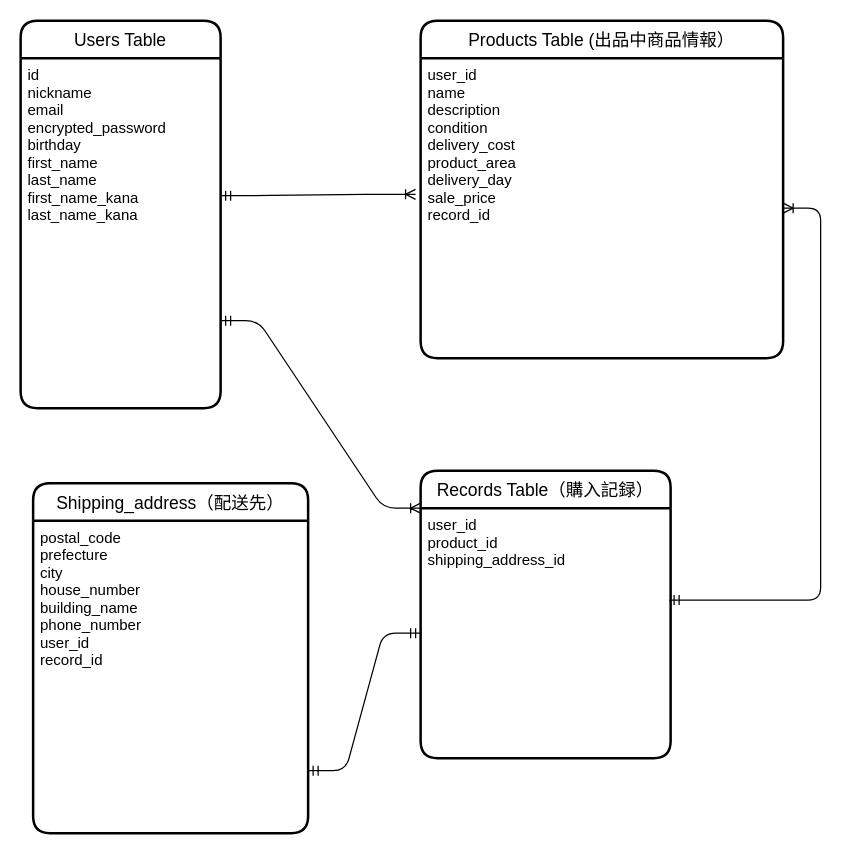
Above: ER.dio in tokudayusuke/furima-34330 (draw.io), before the change. Source tidied: cells renumbered, new cells numbered last; positions are measured from the earlier drawing's top-left corner, leaving out a move shared by most shapes. Both pictures are drawn from the tidied source at 125%, with x=0, y=0 at pixel (20, 20).
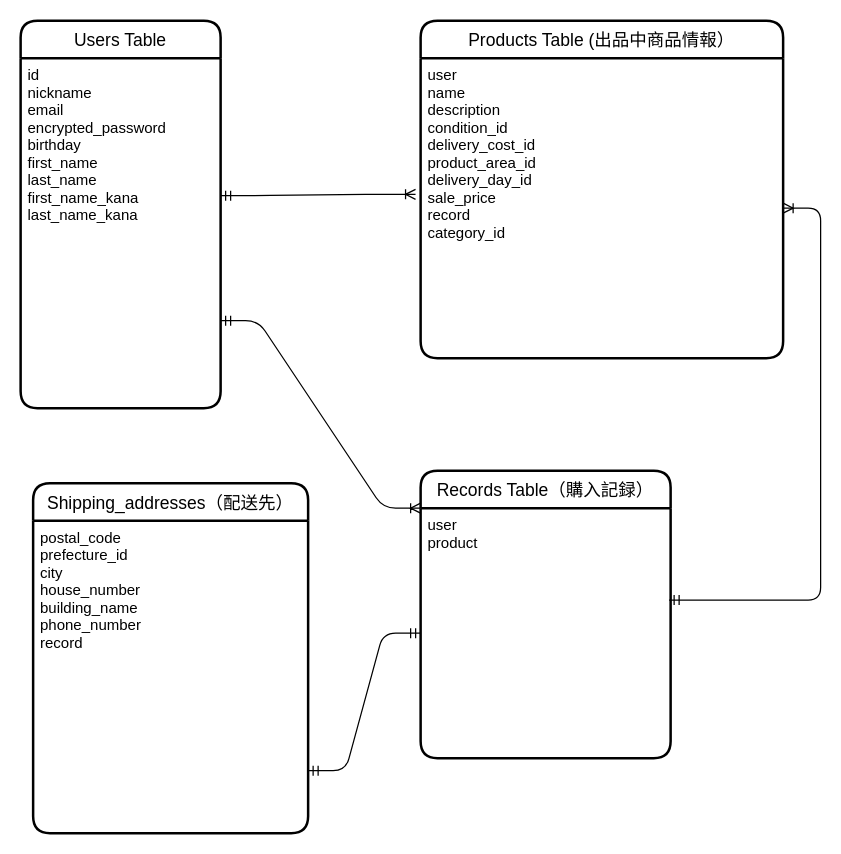
After the change.

The edit, as a diff of the source:
```diff
@@
 <mxGraphModel>
   <root>
     <mxCell id="0" />
     <mxCell id="1" parent="0" />
     <mxCell id="2" value="Users Table" style="swimlane;horizontal=1;startSize=30;rounded=1;fontSize=14;fontStyle=0;strokeWidth=2;shadow=0;dashed=0;align=center;" parent="1" vertex="1">
       <mxGeometry width="160" height="310" as="geometry" />
     </mxCell>
     <mxCell id="3" value="id&#10;nickname&#10;email&#10;encrypted_password&#10;birthday&#10;first_name&#10;last_name&#10;first_name_kana&#10;last_name_kana" style="align=left;strokeColor=none;fillColor=none;spacingLeft=4;fontSize=12;verticalAlign=top;" parent="2" vertex="1">
       <mxGeometry y="30" width="160" height="280" as="geometry" />
     </mxCell>
     <mxCell id="4" value="Products Table (出品中商品情報）" style="swimlane;horizontal=1;startSize=30;rounded=1;fontSize=14;fontStyle=0;strokeWidth=2;shadow=0;dashed=0;align=center;" parent="1" vertex="1">
       <mxGeometry x="320" width="290" height="270" as="geometry" />
     </mxCell>
-    <mxCell id="5" value="user_id&#10;name&#10;description&#10;condition&#10;delivery_cost&#10;product_area&#10;delivery_day&#10;sale_price&#10;record_id" style="align=left;strokeColor=none;fillColor=none;spacingLeft=4;fontSize=12;verticalAlign=top;" parent="4" vertex="1">
+    <mxCell id="5" value="user&#10;name&#10;description&#10;condition_id&#10;delivery_cost_id&#10;product_area_id&#10;delivery_day_id&#10;sale_price&#10;record&#10;category_id" style="align=left;strokeColor=none;fillColor=none;spacingLeft=4;fontSize=12;verticalAlign=top;" parent="4" vertex="1">
       <mxGeometry y="30" width="290" height="240" as="geometry" />
     </mxCell>
     <mxCell id="6" style="edgeStyle=entityRelationEdgeStyle;fontSize=12;html=1;endArrow=ERoneToMany;startArrow=ERmandOne;exitX=0.994;exitY=0.45;exitDx=0;exitDy=0;exitPerimeter=0;" parent="1" edge="1" source="10" target="5">
       <mxGeometry relative="1" as="geometry" />
     </mxCell>
-    <mxCell id="7" value="Shipping_address（配送先）" style="swimlane;horizontal=1;startSize=30;rounded=1;fontSize=14;fontStyle=0;strokeWidth=2;shadow=0;dashed=0;align=center;" parent="1" vertex="1">
+    <mxCell id="7" value="Shipping_addresses（配送先）" style="swimlane;horizontal=1;startSize=30;rounded=1;fontSize=14;fontStyle=0;strokeWidth=2;shadow=0;dashed=0;align=center;" parent="1" vertex="1">
       <mxGeometry x="10" y="370" width="220" height="280" as="geometry" />
     </mxCell>
-    <mxCell id="8" value="postal_code&#10;prefecture&#10;city&#10;house_number&#10;building_name&#10;phone_number&#10;user_id&#10;record_id" style="align=left;strokeColor=none;fillColor=none;spacingLeft=4;fontSize=12;verticalAlign=top;" parent="7" vertex="1">
+    <mxCell id="8" value="postal_code&#10;prefecture_id&#10;city&#10;house_number&#10;building_name&#10;phone_number&#10;record" style="align=left;strokeColor=none;fillColor=none;spacingLeft=4;fontSize=12;verticalAlign=top;" parent="7" vertex="1">
       <mxGeometry y="30" width="220" height="250" as="geometry" />
     </mxCell>
     <mxCell id="9" style="edgeStyle=entityRelationEdgeStyle;fontSize=12;html=1;endArrow=ERmandOne;startArrow=ERmandOne;rounded=1;entryX=1;entryY=0.8;entryDx=0;entryDy=0;entryPerimeter=0;" parent="1" edge="1" source="11" target="8">
       <mxGeometry relative="1" as="geometry" />
     </mxCell>
     <mxCell id="10" value="Records Table（購入記録）" style="swimlane;horizontal=1;startSize=30;rounded=1;fontSize=14;fontStyle=0;strokeWidth=2;shadow=0;dashed=0;align=center;" parent="1" vertex="1">
       <mxGeometry x="320" y="360" width="200" height="230" as="geometry" />
     </mxCell>
-    <mxCell id="11" value="user_id&#10;product_id&#10;shipping_address_id" style="align=left;strokeColor=none;fillColor=none;spacingLeft=4;fontSize=12;verticalAlign=top;" parent="10" vertex="1">
+    <mxCell id="11" value="user&#10;product" style="align=left;strokeColor=none;fillColor=none;spacingLeft=4;fontSize=12;verticalAlign=top;" parent="10" vertex="1">
       <mxGeometry y="30" width="200" height="200" as="geometry" />
     </mxCell>
     <mxCell id="12" style="edgeStyle=entityRelationEdgeStyle;fontSize=12;html=1;endArrow=ERoneToMany;startArrow=ERmandOne;exitX=1;exitY=0.75;exitDx=0;exitDy=0;entryX=0;entryY=0;entryDx=0;entryDy=0;" parent="1" edge="1" source="3" target="11">
       <mxGeometry relative="1" as="geometry" />
     </mxCell>
     <mxCell id="13" style="edgeStyle=entityRelationEdgeStyle;fontSize=12;html=1;endArrow=ERoneToMany;startArrow=ERmandOne;entryX=-0.014;entryY=0.454;entryDx=0;entryDy=0;entryPerimeter=0;" parent="1" edge="1" target="5">
       <mxGeometry relative="1" as="geometry">
         <mxPoint x="160" y="140" as="sourcePoint" />
       </mxGeometry>
     </mxCell>
   </root>
 </mxGraphModel>
```
